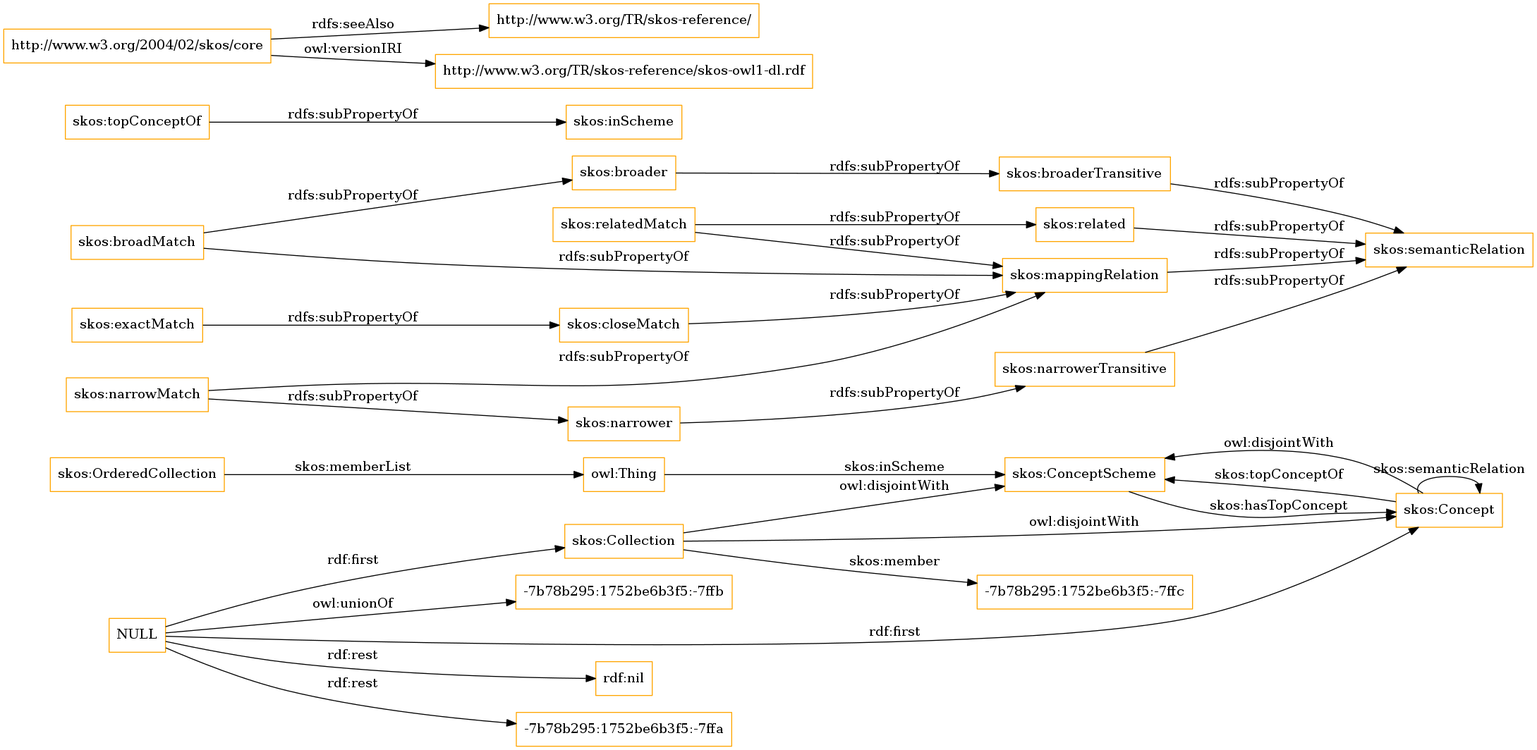
OnToologyUser/core-ontology-1 keeps this Graphviz diagram as OnToology/imports/skos.owl/diagrams/ar2dtool-class/skos.owl.png. Above is the earlier version. Its source is kept beside it as OnToology/imports/skos.owl/diagrams/ar2dtool-class/skos.owl.png.dot.
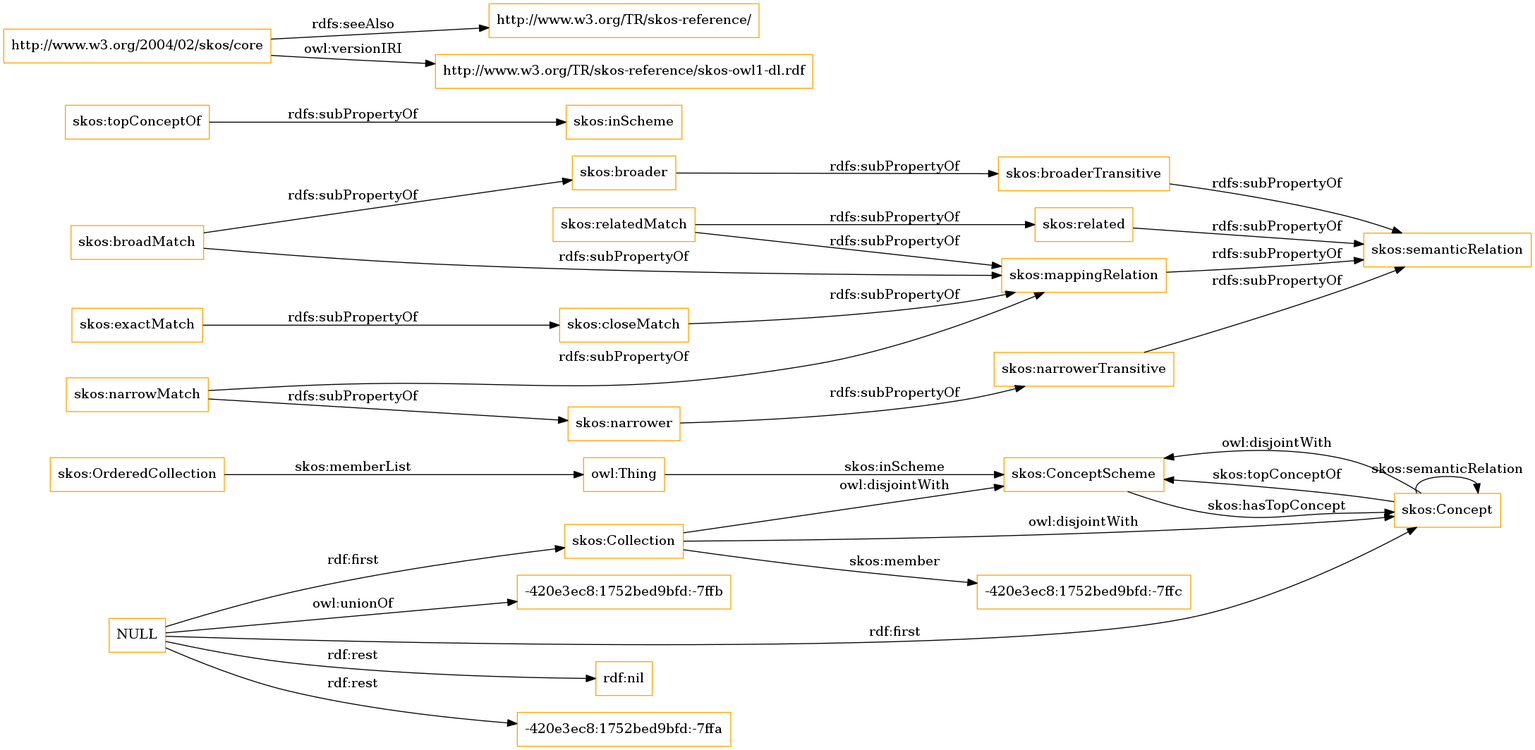
Later version of the same file.

Change to the diagram source:
```diff
@@ -1,13 +1,13 @@
 digraph ar2dtool_diagram {
 rankdir=LR;
 size="1501"
-node [shape = rectangle, color="orange"]; "skos:OrderedCollection" "skos:ConceptScheme" "skos:Concept" "skos:Collection" "-7b78b295:1752be6b3f5:-7ffc" ; /*classes style*/
+node [shape = rectangle, color="orange"]; "skos:OrderedCollection" "skos:ConceptScheme" "skos:Concept" "skos:Collection" "-420e3ec8:1752bed9bfd:-7ffc" ; /*classes style*/
 	"skos:narrowerTransitive" -> "skos:semanticRelation" [ label = "rdfs:subPropertyOf" ];
 	"NULL" -> "rdf:nil" [ label = "rdf:rest" ];
 	"NULL" -> "skos:Concept" [ label = "rdf:first" ];
-	"NULL" -> "-7b78b295:1752be6b3f5:-7ffa" [ label = "rdf:rest" ];
+	"NULL" -> "-420e3ec8:1752bed9bfd:-7ffa" [ label = "rdf:rest" ];
 	"NULL" -> "skos:Collection" [ label = "rdf:first" ];
-	"NULL" -> "-7b78b295:1752be6b3f5:-7ffb" [ label = "owl:unionOf" ];
+	"NULL" -> "-420e3ec8:1752bed9bfd:-7ffb" [ label = "owl:unionOf" ];
 	"skos:closeMatch" -> "skos:mappingRelation" [ label = "rdfs:subPropertyOf" ];
 	"skos:Concept" -> "skos:ConceptScheme" [ label = "owl:disjointWith" ];
 	"skos:relatedMatch" -> "skos:related" [ label = "rdfs:subPropertyOf" ];
@@ -30,7 +30,7 @@
 	"skos:OrderedCollection" -> "owl:Thing" [ label = "skos:memberList" ];
 	"skos:Concept" -> "skos:ConceptScheme" [ label = "skos:topConceptOf" ];
 	"skos:Concept" -> "skos:Concept" [ label = "skos:semanticRelation" ];
-	"skos:Collection" -> "-7b78b295:1752be6b3f5:-7ffc" [ label = "skos:member" ];
+	"skos:Collection" -> "-420e3ec8:1752bed9bfd:-7ffc" [ label = "skos:member" ];
 	"skos:ConceptScheme" -> "skos:Concept" [ label = "skos:hasTopConcept" ];
 	"owl:Thing" -> "skos:ConceptScheme" [ label = "skos:inScheme" ];
 
```
